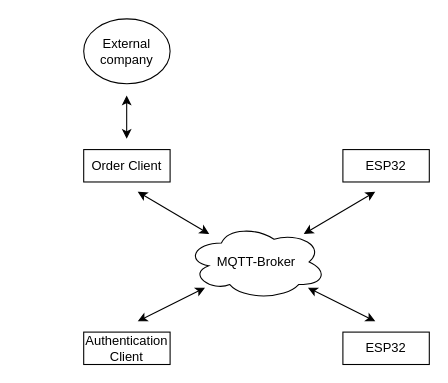
Earlier version of the draw.io diagram docs/assets/models/architektur.drawio.xml (finnge/iot-service-button). Source tidied: cells renumbered, new cells numbered last; positions are measured from the earlier drawing's top-left corner, leaving out a move shared by most shapes. Both pictures are drawn from the tidied source at 108%, with x=0, y=0 at pixel (83, 18).
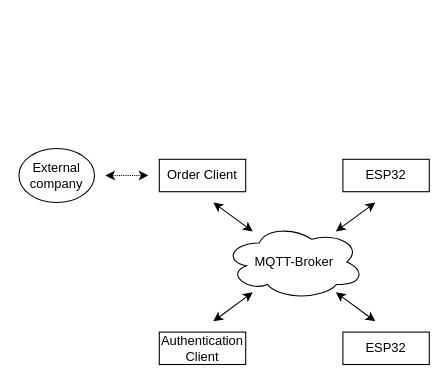
The same diagram, later.

Commit message:
Make Diagram smaller

What changed in the source:
```diff
@@
 <mxGraphModel>
   <root>
     <mxCell id="0" />
     <mxCell id="1" parent="0" />
     <mxCell id="2" value="MQTT-Broker" style="ellipse;shape=cloud;align=center;verticalAlign=middle;whiteSpace=wrap;html=1;labelPosition=center;verticalLabelPosition=middle;fontFamily=Arial;" parent="1" vertex="1">
-      <mxGeometry x="95" y="190" width="130" height="70" as="geometry" />
+      <mxGeometry x="130" y="190" width="130" height="70" as="geometry" />
     </mxCell>
     <mxCell id="3" value="Authentication Client" style="rounded=0;whiteSpace=wrap;html=1;fontFamily=Arial;" parent="1" vertex="1">
-      <mxGeometry y="290" width="80" height="30" as="geometry" />
+      <mxGeometry x="70" y="290" width="80" height="30" as="geometry" />
     </mxCell>
     <mxCell id="4" value="Order Client" style="rounded=0;whiteSpace=wrap;html=1;spacingBottom=0;spacingTop=0;spacing=2;fontFamily=Arial;" parent="1" vertex="1">
-      <mxGeometry y="121" width="80" height="30" as="geometry" />
+      <mxGeometry x="70" y="130" width="80" height="30" as="geometry" />
     </mxCell>
     <mxCell id="5" value="External company" style="ellipse;whiteSpace=wrap;html=1;fontFamily=Arial;" parent="1" vertex="1">
-      <mxGeometry width="80" height="60" as="geometry" />
+      <mxGeometry x="-60" y="120" width="70" height="50" as="geometry" />
     </mxCell>
     <mxCell id="6" value="ESP32" style="rounded=0;whiteSpace=wrap;html=1;fontFamily=Arial;" parent="1" vertex="1">
-      <mxGeometry x="240" y="121" width="80" height="30" as="geometry" />
+      <mxGeometry x="240" y="130" width="80" height="30" as="geometry" />
     </mxCell>
     <mxCell id="7" style="endArrow=classic;startArrow=classic;html=1;fontFamily=Arial;" parent="1" edge="1" source="2">
       <mxGeometry relative="1" as="geometry">
-        <mxPoint x="50" y="160" as="targetPoint" />
+        <mxPoint x="120" y="170" as="targetPoint" />
       </mxGeometry>
     </mxCell>
     <mxCell id="8" style="endArrow=classic;startArrow=classic;html=1;fontFamily=Arial;" parent="1" edge="1" source="2">
       <mxGeometry relative="1" as="geometry">
-        <mxPoint x="270" y="160" as="targetPoint" />
+        <mxPoint x="270" y="170" as="targetPoint" />
       </mxGeometry>
     </mxCell>
     <mxCell id="9" value="ESP32" style="rounded=0;whiteSpace=wrap;html=1;fontFamily=Arial;" parent="1" vertex="1">
       <mxGeometry x="240" y="290" width="80" height="30" as="geometry" />
     </mxCell>
     <mxCell id="10" style="endArrow=classic;startArrow=classic;html=1;fontFamily=Arial;" parent="1" edge="1" source="2">
       <mxGeometry relative="1" as="geometry">
         <mxPoint x="270" y="280" as="targetPoint" />
       </mxGeometry>
     </mxCell>
     <mxCell id="11" style="endArrow=classic;startArrow=classic;html=1;fontFamily=Arial;" parent="1" edge="1" target="2">
       <mxGeometry relative="1" as="geometry">
-        <mxPoint x="50" y="280" as="sourcePoint" />
+        <mxPoint x="120" y="280" as="sourcePoint" />
       </mxGeometry>
     </mxCell>
-    <mxCell id="12" style="endArrow=classic;startArrow=classic;html=1;fontFamily=Arial;" parent="1" edge="1">
+    <mxCell id="12" style="endArrow=classic;startArrow=classic;html=1;fontFamily=Arial;dashed=1;dashPattern=1 1;" parent="1" edge="1">
       <mxGeometry relative="1" as="geometry">
-        <mxPoint x="39.8" y="111" as="sourcePoint" />
-        <mxPoint x="39.8" y="71" as="targetPoint" />
+        <mxPoint x="60" y="144.9" as="sourcePoint" />
+        <mxPoint x="20" y="145" as="targetPoint" />
       </mxGeometry>
     </mxCell>
   </root>
 </mxGraphModel>
```
